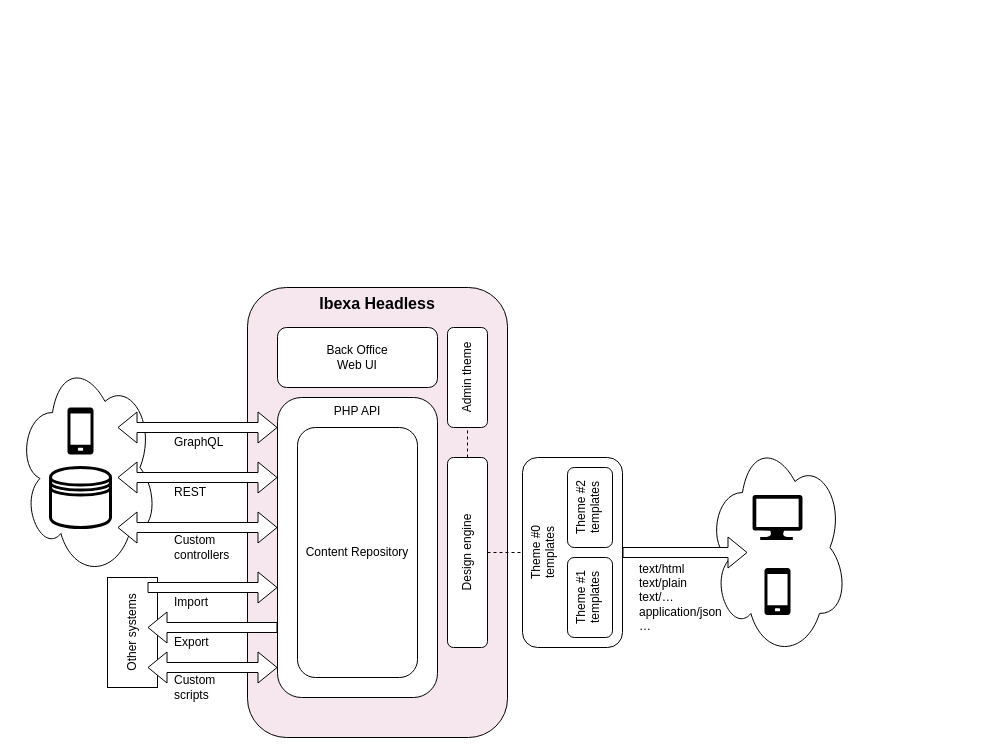
Above: docs/ibexa_products/img/headless.drawio in ibexa/documentation-developer (draw.io), before the change. Source tidied: cells renumbered, new cells numbered last; positions are measured from the earlier drawing's top-left corner, leaving out a move shared by most shapes. Both pictures are drawn from the tidied source at 100%, with x=0, y=0 at pixel (17, 287).
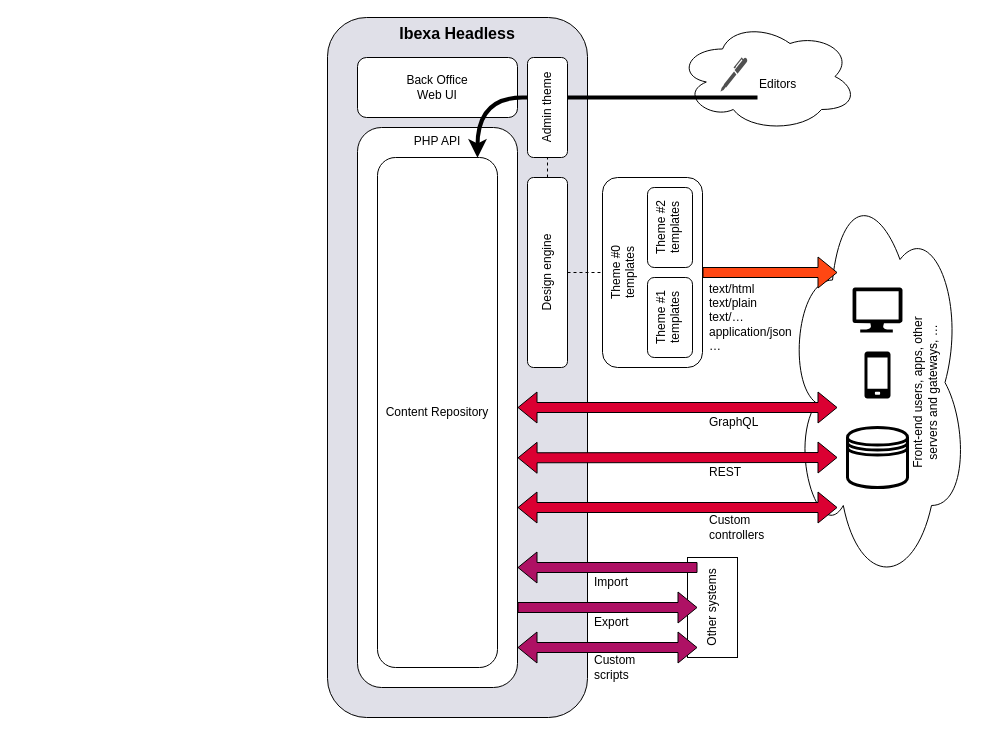
The same page after the edit.

Commit message (it also covers changes not shown here):
headless.md: Illustrate headless

The change refers to these unchanged cells:
```xml
<mxCell id="13" value="Theme #0&lt;br&gt;templates" style="rounded=1;whiteSpace=wrap;html=1;fontSize=12;horizontal=0;verticalAlign=top;" parent="12" vertex="1">
  <mxGeometry width="100" height="190" as="geometry" />
</mxCell>
```

The edit, as a diff of the source:
```diff
@@
-    <mxCell id="2" style="ellipse;shape=cloud;whiteSpace=wrap;html=1;fontSize=12;" parent="1" vertex="1">
-      <mxGeometry y="70" width="140" height="220" as="geometry" />
-    </mxCell>
+    <mxCell id="35" style="ellipse;shape=cloud;whiteSpace=wrap;html=1;fillColor=#FFFFFF;" parent="1" vertex="1">
+      <mxGeometry x="660" y="-266" width="180" height="110" as="geometry" />
+    </mxCell>
     <mxCell id="3" style="ellipse;shape=cloud;whiteSpace=wrap;html=1;fontSize=12;" parent="1" vertex="1">
-      <mxGeometry x="690" y="150" width="140" height="220" as="geometry" />
+      <mxGeometry x="770" y="-110" width="180" height="410" as="geometry" />
     </mxCell>
     <mxCell id="4" value="Other systems" style="rounded=0;whiteSpace=wrap;html=1;fontSize=12;fillColor=#FFFFFF;horizontal=0;" parent="1" vertex="1">
-      <mxGeometry x="90" y="290" width="50" height="110" as="geometry" />
+      <mxGeometry x="670" y="270" width="50" height="100" as="geometry" />
     </mxCell>
-    <mxCell id="5" value="Ibexa Headless" style="rounded=1;whiteSpace=wrap;html=1;verticalAlign=top;fontStyle=1;horizontal=1;fontSize=16;fillColor=#f6e7ef;" parent="1" vertex="1">
-      <mxGeometry x="230" width="260" height="450" as="geometry" />
+    <mxCell id="5" value="Ibexa Headless" style="rounded=1;whiteSpace=wrap;html=1;verticalAlign=top;fontStyle=1;horizontal=1;fontSize=16;fillColor=#e0e0e8;" parent="1" vertex="1">
+      <mxGeometry x="310" y="-270" width="260" height="700" as="geometry" />
     </mxCell>
     <mxCell id="6" value="PHP API" style="rounded=1;whiteSpace=wrap;html=1;verticalAlign=top;" parent="1" vertex="1">
-      <mxGeometry x="260" y="110" width="160" height="300" as="geometry" />
+      <mxGeometry x="340" y="-160" width="160" height="560" as="geometry" />
     </mxCell>
     <mxCell id="7" value="Back Office&lt;br&gt;Web UI" style="rounded=1;whiteSpace=wrap;html=1;" parent="1" vertex="1">
-      <mxGeometry x="260" y="40" width="160" height="60" as="geometry" />
+      <mxGeometry x="340" y="-230" width="160" height="60" as="geometry" />
     </mxCell>
     <mxCell id="8" value="Content Repository" style="rounded=1;whiteSpace=wrap;html=1;" parent="1" vertex="1">
-      <mxGeometry x="280" y="140" width="120" height="250" as="geometry" />
+      <mxGeometry x="360" y="-130" width="120" height="510" as="geometry" />
     </mxCell>
     <mxCell id="9" value="Design engine" style="rounded=1;whiteSpace=wrap;html=1;fontSize=12;horizontal=0;" parent="1" vertex="1">
-      <mxGeometry x="430" y="170" width="40" height="190" as="geometry" />
+      <mxGeometry x="510" y="-110" width="40" height="190" as="geometry" />
     </mxCell>
     <mxCell id="10" value="GraphQL" style="text;html=1;strokeColor=none;fillColor=none;align=left;verticalAlign=middle;whiteSpace=wrap;rounded=0;fontSize=12;" parent="1" vertex="1">
-      <mxGeometry x="155" y="140" width="60" height="30" as="geometry" />
+      <mxGeometry x="690" y="120" width="60" height="30" as="geometry" />
     </mxCell>
     <mxCell id="11" value="REST" style="text;html=1;strokeColor=none;fillColor=none;align=left;verticalAlign=middle;whiteSpace=wrap;rounded=0;fontSize=12;" parent="1" vertex="1">
-      <mxGeometry x="155" y="190" width="60" height="30" as="geometry" />
+      <mxGeometry x="690" y="170" width="60" height="30" as="geometry" />
     </mxCell>
     <mxCell id="12" style="group;" parent="1" vertex="1">
-      <mxGeometry x="505" y="170" width="100" height="190" as="geometry" />
+      <mxGeometry x="585" y="-110" width="100" height="190" as="geometry" />
     </mxCell>
@@
     <mxCell id="16" value="text/html&lt;br&gt;text/plain&lt;br&gt;text/…&lt;br&gt;application/json&lt;br&gt;…" style="text;html=1;align=left;verticalAlign=middle;strokeColor=none;fillColor=none;fontSize=12;" parent="1" vertex="1">
-      <mxGeometry x="620" y="265" width="110" height="90" as="geometry" />
+      <mxGeometry x="690" y="-15" width="110" height="90" as="geometry" />
     </mxCell>
-    <mxCell id="17" style="shape=flexArrow;endArrow=classic;html=1;rounded=0;fontSize=12;exitX=1;exitY=0.5;exitDx=0;exitDy=0;fillColor=default;" parent="1" edge="1" source="13">
+    <mxCell id="17" style="shape=flexArrow;endArrow=classic;html=1;rounded=0;fontSize=12;exitX=1;exitY=0.5;exitDx=0;exitDy=0;fillColor=#ff4713;" parent="1" edge="1" source="13">
       <mxGeometry relative="1" as="geometry">
-        <mxPoint x="730" y="265" as="targetPoint" />
+        <mxPoint x="820" y="-15" as="targetPoint" />
       </mxGeometry>
     </mxCell>
-    <mxCell id="18" value="Admin theme" style="rounded=1;whiteSpace=wrap;html=1;fontSize=12;horizontal=0;" parent="1" vertex="1">
-      <mxGeometry x="430" y="40" width="40" height="100" as="geometry" />
-    </mxCell>
@@
-    <mxCell id="21" style="shape=flexArrow;endArrow=classic;startArrow=classic;html=1;rounded=0;fontSize=12;labelBackgroundColor=default;fillColor=default;" parent="1" edge="1">
+    <mxCell id="21" style="shape=flexArrow;endArrow=classic;startArrow=classic;html=1;rounded=0;fontSize=12;labelBackgroundColor=default;fillColor=#DB0032;entryX=1;entryY=0.5;entryDx=0;entryDy=0;endSize=6;gradientColor=none;" parent="1" edge="1" target="6">
       <mxGeometry relative="1" as="geometry">
-        <mxPoint x="260" y="140" as="sourcePoint" />
-        <mxPoint x="100" y="140" as="targetPoint" />
+        <mxPoint x="820" y="120" as="sourcePoint" />
       </mxGeometry>
     </mxCell>
-    <mxCell id="22" style="shape=flexArrow;endArrow=classic;startArrow=classic;html=1;rounded=0;fontSize=12;fillColor=default;" parent="1" edge="1">
+    <mxCell id="22" style="shape=flexArrow;endArrow=classic;startArrow=classic;html=1;rounded=0;fontSize=12;fillColor=#DB0032;entryX=0.731;entryY=0.629;entryDx=0;entryDy=0;entryPerimeter=0;" parent="1" edge="1" target="5">
       <mxGeometry relative="1" as="geometry">
-        <mxPoint x="260" y="190" as="sourcePoint" />
-        <mxPoint x="100" y="190" as="targetPoint" />
+        <mxPoint x="820" y="170" as="sourcePoint" />
       </mxGeometry>
     </mxCell>
-    <mxCell id="23" style="shape=flexArrow;endArrow=classic;html=1;rounded=0;fontSize=12;fillColor=default;" parent="1" edge="1">
+    <mxCell id="23" style="shape=flexArrow;endArrow=classic;html=1;rounded=0;fontSize=12;fillColor=#AE1164;" parent="1" edge="1">
       <mxGeometry relative="1" as="geometry">
-        <mxPoint x="130" y="300" as="sourcePoint" />
-        <mxPoint x="260" y="300" as="targetPoint" />
+        <mxPoint x="500" y="320" as="sourcePoint" />
+        <mxPoint x="680" y="320" as="targetPoint" />
       </mxGeometry>
     </mxCell>
     <mxCell id="24" value="Import" style="text;html=1;strokeColor=none;fillColor=none;align=left;verticalAlign=middle;whiteSpace=wrap;rounded=0;fontSize=12;" parent="1" vertex="1">
-      <mxGeometry x="155" y="300" width="60" height="30" as="geometry" />
+      <mxGeometry x="575" y="280" width="60" height="30" as="geometry" />
     </mxCell>
-    <mxCell id="25" style="shape=flexArrow;endArrow=classic;html=1;rounded=0;fontSize=12;fillColor=default;" parent="1" edge="1">
+    <mxCell id="25" style="shape=flexArrow;endArrow=classic;html=1;rounded=0;fontSize=12;fillColor=#AE1164;" parent="1" edge="1">
       <mxGeometry relative="1" as="geometry">
-        <mxPoint x="260" y="340" as="sourcePoint" />
-        <mxPoint x="130" y="340" as="targetPoint" />
+        <mxPoint x="680" y="280" as="sourcePoint" />
+        <mxPoint x="500" y="280" as="targetPoint" />
       </mxGeometry>
     </mxCell>
     <mxCell id="26" value="Export" style="text;html=1;strokeColor=none;fillColor=none;align=left;verticalAlign=middle;whiteSpace=wrap;rounded=0;fontSize=12;" parent="1" vertex="1">
-      <mxGeometry x="155" y="340" width="60" height="30" as="geometry" />
+      <mxGeometry x="575" y="320" width="60" height="30" as="geometry" />
     </mxCell>
     <mxCell id="27" value="Custom controllers" style="text;html=1;strokeColor=none;fillColor=none;align=left;verticalAlign=middle;whiteSpace=wrap;rounded=0;fontSize=12;" parent="1" vertex="1">
-      <mxGeometry x="155" y="240" width="60" height="40" as="geometry" />
+      <mxGeometry x="690" y="220" width="60" height="40" as="geometry" />
     </mxCell>
-    <mxCell id="28" style="shape=flexArrow;endArrow=classic;startArrow=classic;html=1;rounded=0;fontSize=12;fillColor=default;" parent="1" edge="1">
+    <mxCell id="28" style="shape=flexArrow;endArrow=classic;startArrow=classic;html=1;rounded=0;fontSize=12;fillColor=#db0032;" parent="1" edge="1">
       <mxGeometry relative="1" as="geometry">
-        <mxPoint x="260" y="240" as="sourcePoint" />
-        <mxPoint x="100" y="240" as="targetPoint" />
+        <mxPoint x="820" y="220" as="sourcePoint" />
+        <mxPoint x="500" y="220" as="targetPoint" />
       </mxGeometry>
     </mxCell>
-    <mxCell id="29" style="shape=flexArrow;endArrow=classic;startArrow=classic;html=1;rounded=0;fontSize=12;fillColor=default;" parent="1" edge="1">
+    <mxCell id="29" style="shape=flexArrow;endArrow=classic;startArrow=classic;html=1;rounded=0;fontSize=12;fillColor=#AE1164;" parent="1" edge="1">
       <mxGeometry relative="1" as="geometry">
-        <mxPoint x="260" y="380" as="sourcePoint" />
-        <mxPoint x="130" y="380" as="targetPoint" />
+        <mxPoint x="680" y="360" as="sourcePoint" />
+        <mxPoint x="500" y="360" as="targetPoint" />
       </mxGeometry>
     </mxCell>
     <mxCell id="30" value="Custom scripts" style="text;html=1;strokeColor=none;fillColor=none;align=left;verticalAlign=middle;whiteSpace=wrap;rounded=0;fontSize=12;" parent="1" vertex="1">
-      <mxGeometry x="155" y="380" width="60" height="40" as="geometry" />
+      <mxGeometry x="575" y="360" width="60" height="40" as="geometry" />
     </mxCell>
     <mxCell id="31" style="sketch=0;shadow=0;dashed=0;html=1;strokeColor=none;fillColor=#000000;labelPosition=center;verticalLabelPosition=bottom;verticalAlign=top;align=center;shape=mxgraph.office.devices.cell_phone_generic;fontSize=12;" parent="1" vertex="1">
-      <mxGeometry x="50" y="120" width="26" height="47" as="geometry" />
+      <mxGeometry x="847" y="64" width="26" height="47" as="geometry" />
     </mxCell>
     <mxCell id="32" style="sketch=0;shadow=0;dashed=0;html=1;strokeColor=none;labelPosition=center;verticalLabelPosition=bottom;verticalAlign=top;align=center;fillColor=#000000;shape=mxgraph.azure.computer;fontSize=12;" parent="1" vertex="1">
-      <mxGeometry x="735" y="207.5" width="50" height="45" as="geometry" />
+      <mxGeometry x="835" width="50" height="45" as="geometry" />
     </mxCell>
-    <mxCell id="33" style="sketch=0;shadow=0;dashed=0;html=1;strokeColor=none;fillColor=#000000;labelPosition=center;verticalLabelPosition=bottom;verticalAlign=top;align=center;shape=mxgraph.office.devices.cell_phone_generic;fontSize=12;" parent="1" vertex="1">
-      <mxGeometry x="747" y="280.5" width="26" height="47" as="geometry" />
-    </mxCell>
     <mxCell id="34" style="shape=datastore;whiteSpace=wrap;html=1;fontSize=12;fillColor=none;strokeWidth=3;" parent="1" vertex="1">
-      <mxGeometry x="33" y="180" width="60" height="60" as="geometry" />
+      <mxGeometry x="830" y="140" width="60" height="60" as="geometry" />
     </mxCell>
+    <mxCell id="36" value="Front-end users, apps, other servers and gateways, …" style="text;html=1;strokeColor=none;fillColor=none;align=center;verticalAlign=middle;whiteSpace=wrap;rounded=0;horizontal=0;" parent="1" vertex="1">
+      <mxGeometry x="888" y="10" width="40" height="190" as="geometry" />
+    </mxCell>
+    <mxCell id="37" style="sketch=0;shadow=0;dashed=0;html=1;strokeColor=none;fillColor=#505050;labelPosition=center;verticalLabelPosition=bottom;verticalAlign=top;align=center;shape=mxgraph.office.concepts.writing_pen;" parent="1" vertex="1">
+      <mxGeometry x="703" y="-230" width="27" height="34" as="geometry" />
+    </mxCell>
+    <mxCell id="38" style="curved=1;endArrow=classic;html=1;rounded=0;labelBackgroundColor=#ae1164;fillColor=#000000;entryX=0.75;entryY=0.054;entryDx=0;entryDy=0;entryPerimeter=0;strokeWidth=4;" parent="1" edge="1" target="6">
+      <mxGeometry relative="1" as="geometry">
+        <mxPoint x="740" y="-190" as="sourcePoint" />
+        <Array as="points">
+          <mxPoint x="640" y="-190" />
+          <mxPoint x="550" y="-190" />
+          <mxPoint x="460" y="-190" />
+        </Array>
+      </mxGeometry>
+    </mxCell>
+    <mxCell id="18" value="Admin theme" style="rounded=1;whiteSpace=wrap;html=1;fontSize=12;horizontal=0;" parent="1" vertex="1">
+      <mxGeometry x="510" y="-230" width="40" height="100" as="geometry" />
+    </mxCell>
+    <mxCell id="39" value="Editors" style="text;html=1;strokeColor=none;fillColor=none;align=left;verticalAlign=middle;whiteSpace=wrap;rounded=0;" parent="1" vertex="1">
+      <mxGeometry x="740" y="-218" width="60" height="30" as="geometry" />
+    </mxCell>
```
